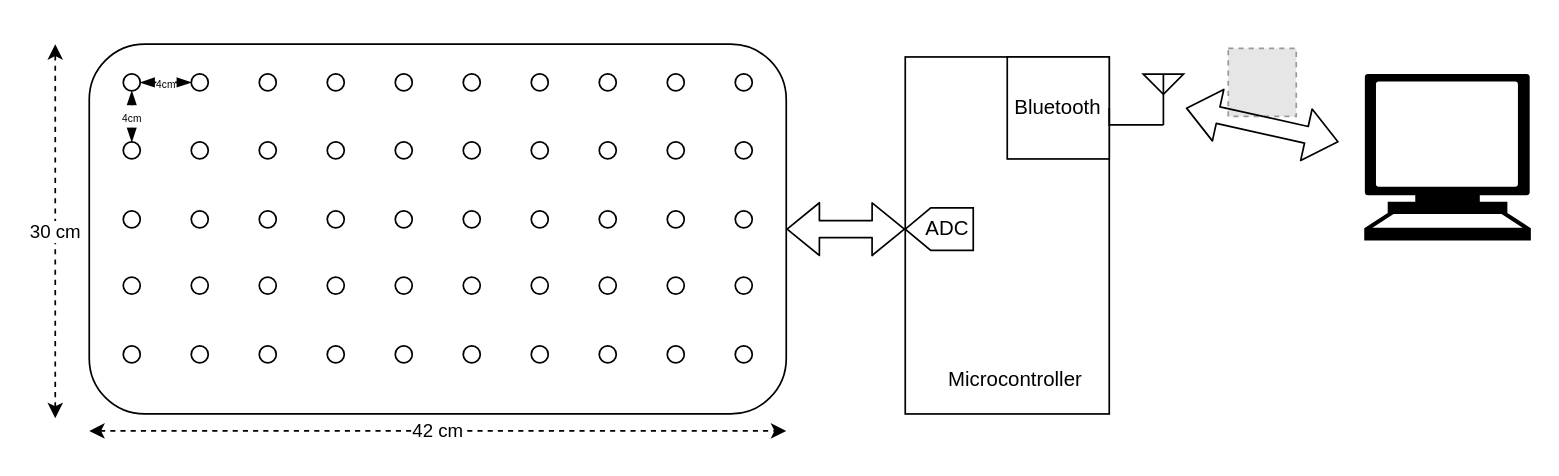
marsukhongduoi/drawio_files keeps this draw.io diagram as PressurePad.drawio. Above is the earlier version. Source tidied: cells renumbered, new cells numbered last; positions are measured from the earlier drawing's top-left corner, leaving out a move shared by most shapes. Both pictures are drawn from the tidied source at 170%, with x=0, y=0 at pixel (54, 42). Pictures stored in the file or linked from it are replaced by grey dashed boxes.
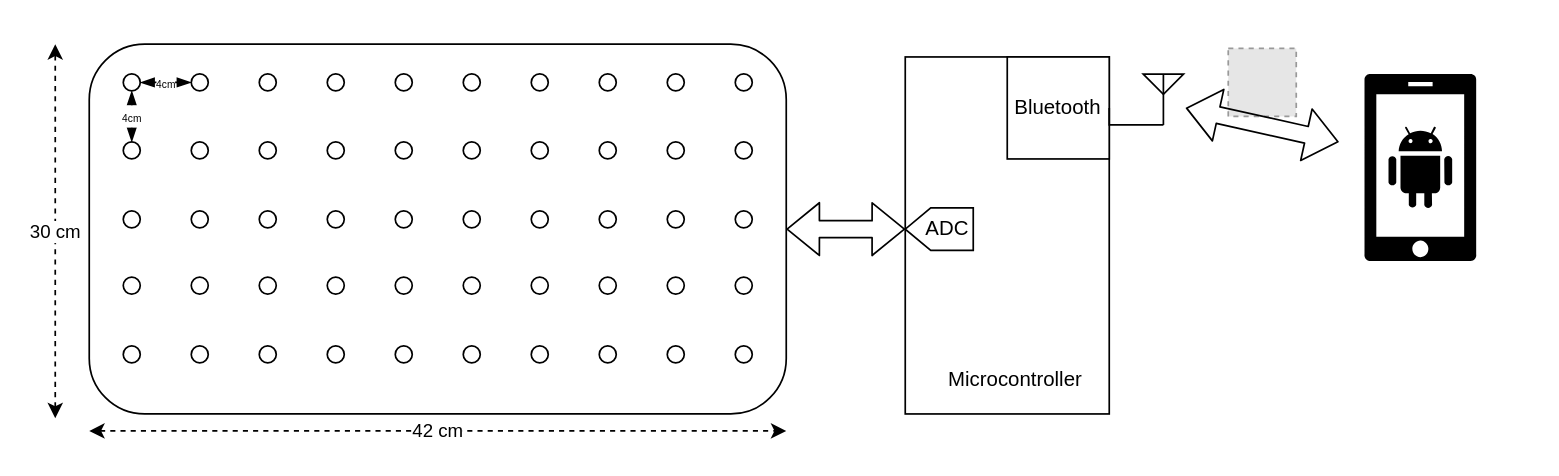
The same page after the edit.

Change to the diagram source:
```diff
@@
-    <mxCell id="66" style="shape=mxgraph.signs.tech.computer;html=1;fillColor=#000000;strokeColor=none;verticalLabelPosition=bottom;verticalAlign=top;align=center;" parent="1" vertex="1">
-      <mxGeometry x="770" y="18" width="98" height="98" as="geometry" />
-    </mxCell>
@@
+    <mxCell id="69" style="shadow=0;dashed=0;html=1;strokeColor=none;labelPosition=center;verticalLabelPosition=bottom;verticalAlign=top;align=center;shape=mxgraph.mscae.enterprise.android_phone;fillColor=#000000;" parent="1" vertex="1">
+      <mxGeometry x="770" y="18" width="66" height="110" as="geometry" />
+    </mxCell>
```
